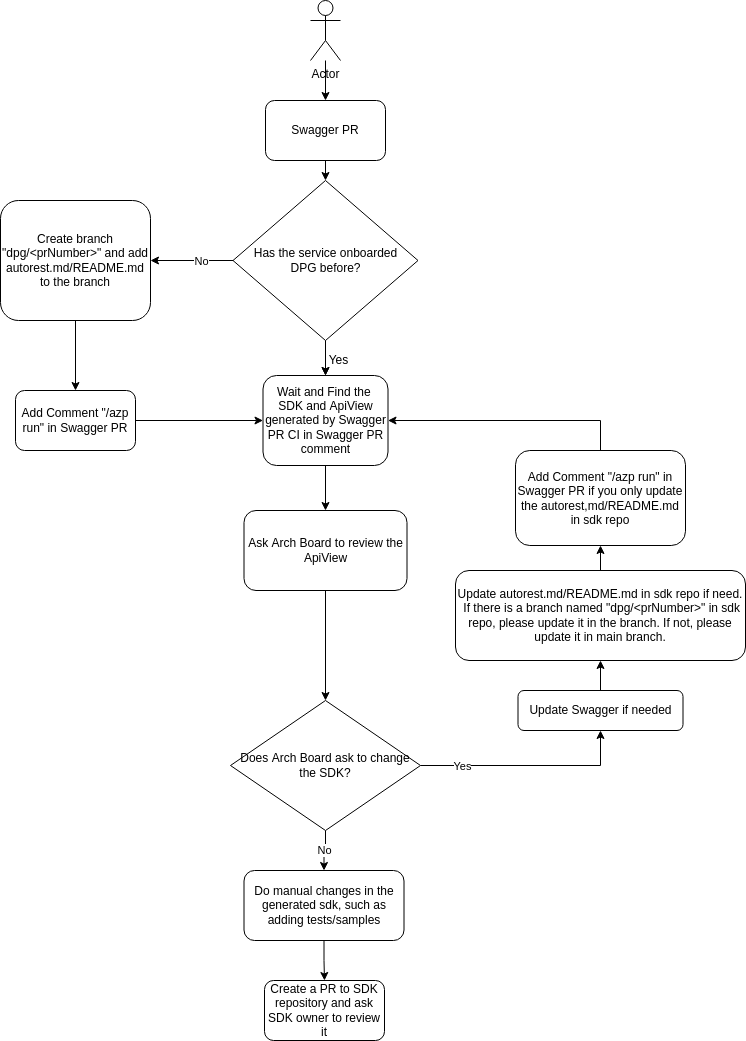
Azure/azure-rest-api-specs keeps this draw.io diagram as documentation/onboard-dpg-in-sdkautomation/workflow-service-team.png. Above is the earlier version. Source tidied: cells renumbered, new cells last; positions are measured from the earlier drawing's top-left corner, leaving out a move shared by most shapes.
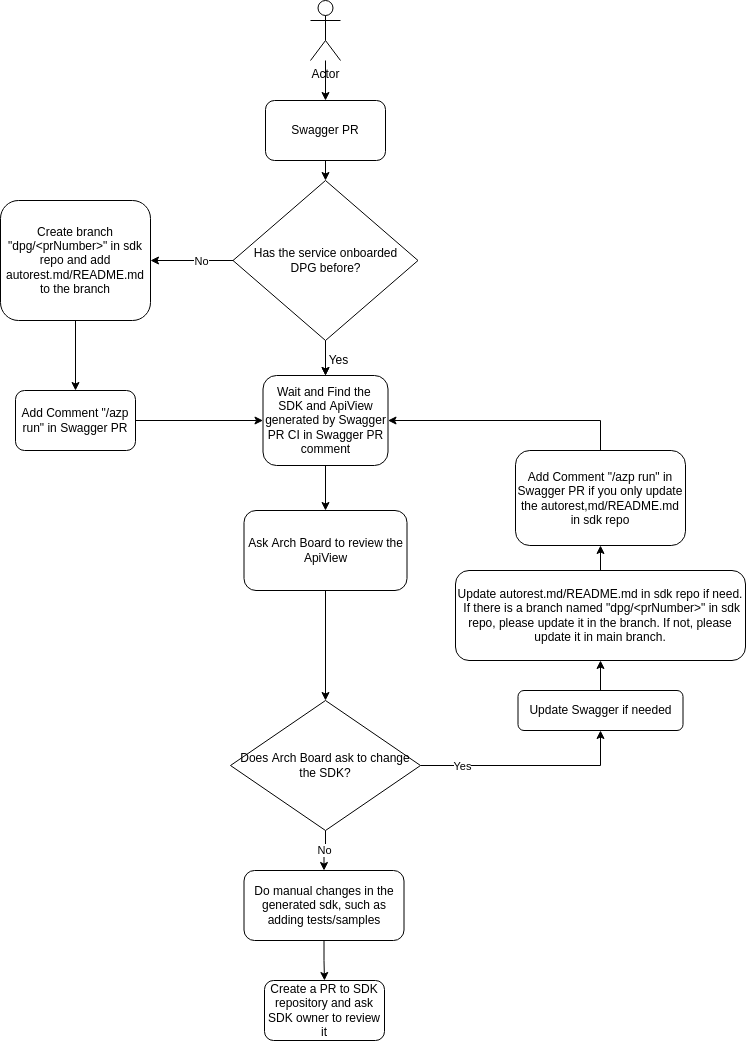
The same file after the commit.

Change to the diagram source:
```diff
@@ -81,7 +81,7 @@
     <mxCell id="26" style="edgeStyle=orthogonalEdgeStyle;rounded=0;jettySize=auto;html=1;exitX=0.5;exitY=1;exitDx=0;exitDy=0;entryX=0.5;entryY=0;entryDx=0;entryDy=0;" parent="1" edge="1" source="27" target="29">
       <mxGeometry relative="1" as="geometry" />
     </mxCell>
-    <mxCell id="27" value="Create branch &quot;dpg/&amp;lt;prNumber&amp;gt;&quot; and add autorest.md/README.md to the branch" style="rounded=1;whiteSpace=wrap;html=1;" parent="1" vertex="1">
+    <mxCell id="27" value="Create branch &quot;dpg/&amp;lt;prNumber&amp;gt;&quot; in sdk repo and add autorest.md/README.md to the branch" style="rounded=1;whiteSpace=wrap;html=1;" parent="1" vertex="1">
       <mxGeometry y="200" width="150" height="120" as="geometry" />
     </mxCell>
     <mxCell id="28" style="edgeStyle=orthogonalEdgeStyle;rounded=0;jettySize=auto;html=1;exitX=1;exitY=0.5;exitDx=0;exitDy=0;entryX=0;entryY=0.5;entryDx=0;entryDy=0;" parent="1" edge="1" source="29" target="24">
```
